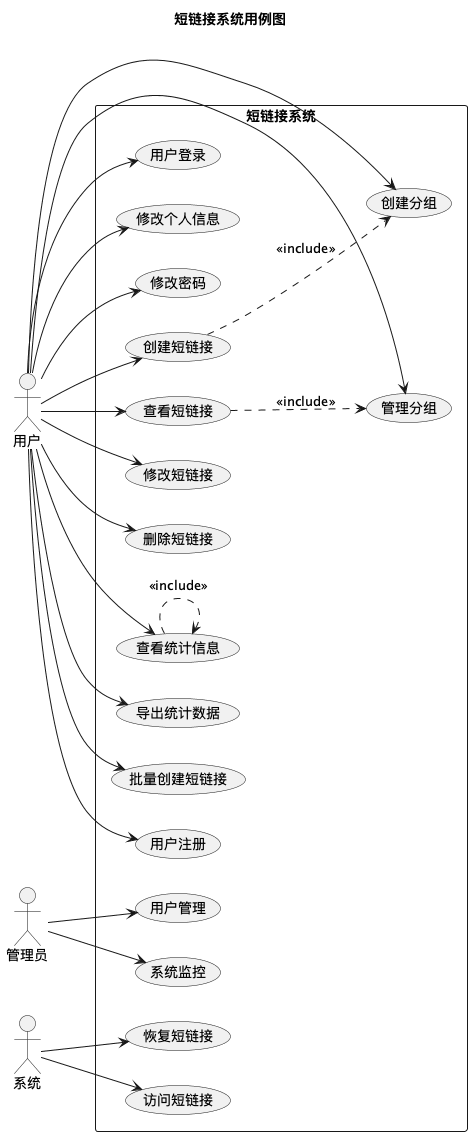
Above: images/plantuml_1_cf9b21a2.png in xDuoooo/short-link (PlantUML), before the change.
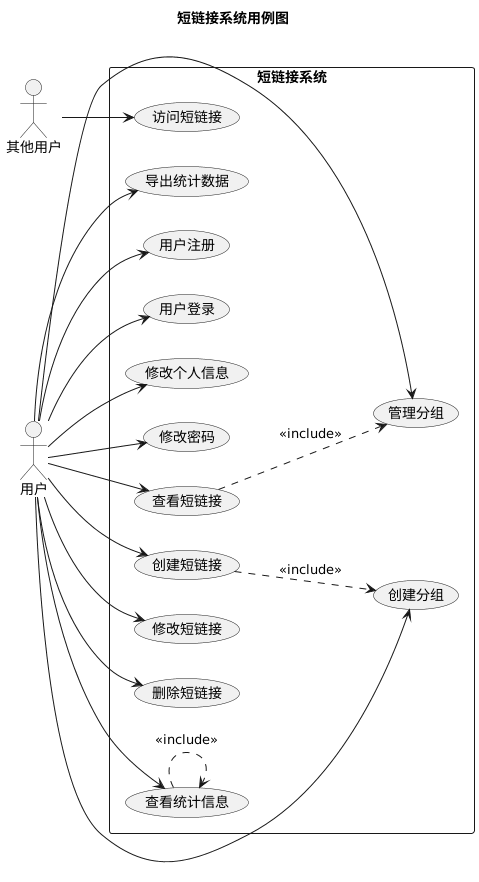
The same file after the commit.

What changed in the source:
```diff
@@ -4,8 +4,6 @@
 left to right direction
 
 actor 用户 as User
-actor 管理员 as Admin
-actor 系统 as System
 
 rectangle "短链接系统" {
     usecase "用户注册" as UC1
@@ -21,10 +19,6 @@
     usecase "管理分组" as UC11
     usecase "查看统计信息" as UC12
     usecase "导出统计数据" as UC13
-    usecase "恢复短链接" as UC14
-    usecase "批量创建短链接" as UC15
-    usecase "系统监控" as UC16
-    usecase "用户管理" as UC17
 }
 
 User --> UC1
@@ -39,13 +33,9 @@
 User --> UC11
 User --> UC12
 User --> UC13
-User --> UC15
 
-System --> UC9
-System --> UC14
+其他用户 --> UC9
 
-Admin --> UC16
-Admin --> UC17
 
 UC5 ..> UC10 : <<include>>
 UC6 ..> UC11 : <<include>>
```
